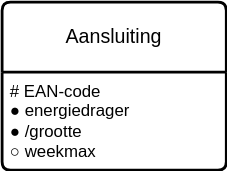
The draw.io diagram docs/assets/images/wegwijs2.drawio.svg in sefanja/nbnl-conceptuele-informatiemodellen, before a commit. Source tidied: cells renumbered, new cells last; positions are measured from the earlier drawing's top-left corner, leaving out a move shared by most shapes. Its diagram source:
```xml
<mxGraphModel>
  <root>
    <mxCell id="0" />
    <mxCell id="1" parent="0" />
    <mxCell id="2" value="Aansluiting" style="swimlane;horizontal=1;startSize=50;rounded=1;fontSize=14;fontStyle=0;strokeWidth=2;shadow=0;dashed=0;align=center;arcSize=4;whiteSpace=wrap;html=1;" parent="1" vertex="1">
      <mxGeometry width="160" height="120" as="geometry" />
    </mxCell>
    <mxCell id="3" value="# EAN-code&lt;div&gt;● energiedrager&lt;/div&gt;&lt;div&gt;● /grootte&lt;/div&gt;&lt;div&gt;○ weekmax&lt;/div&gt;" style="align=left;strokeColor=none;fillColor=none;spacingLeft=4;spacingRight=4;fontSize=12;verticalAlign=top;html=1;whiteSpace=wrap;" parent="2" vertex="1">
      <mxGeometry y="50" width="160" height="70" as="geometry" />
    </mxCell>
  </root>
</mxGraphModel>
```
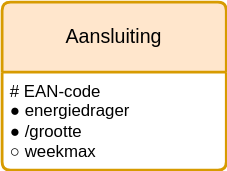
The same file after the commit.

Change to the diagram source:
```diff
@@ -2,7 +2,7 @@
   <root>
     <mxCell id="0" />
     <mxCell id="1" parent="0" />
-    <mxCell id="2" value="Aansluiting" style="swimlane;horizontal=1;startSize=50;rounded=1;fontSize=14;fontStyle=0;strokeWidth=2;shadow=0;dashed=0;align=center;arcSize=4;whiteSpace=wrap;html=1;" parent="1" vertex="1">
+    <mxCell id="2" value="Aansluiting" style="swimlane;horizontal=1;startSize=50;rounded=1;fontSize=14;fontStyle=0;strokeWidth=2;shadow=0;dashed=0;align=center;arcSize=4;whiteSpace=wrap;html=1;fillColor=#ffe6cc;strokeColor=#d79b00;" parent="1" vertex="1">
       <mxGeometry width="160" height="120" as="geometry" />
     </mxCell>
     <mxCell id="3" value="# EAN-code&lt;div&gt;● energiedrager&lt;/div&gt;&lt;div&gt;● /grootte&lt;/div&gt;&lt;div&gt;○ weekmax&lt;/div&gt;" style="align=left;strokeColor=none;fillColor=none;spacingLeft=4;spacingRight=4;fontSize=12;verticalAlign=top;html=1;whiteSpace=wrap;" parent="2" vertex="1">
```
